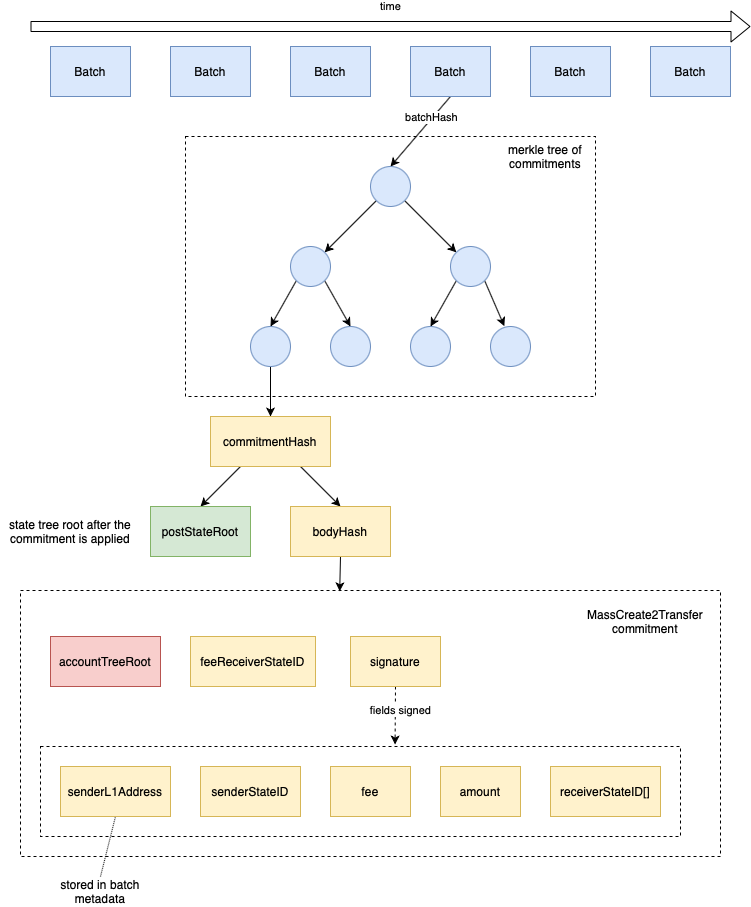
Above: docs/mass_c2t.png in worldcoin/hubble-commander (draw.io), before the change. Source tidied: cells renumbered, new cells last; positions are measured from the earlier drawing's top-left corner, leaving out a move shared by most shapes.
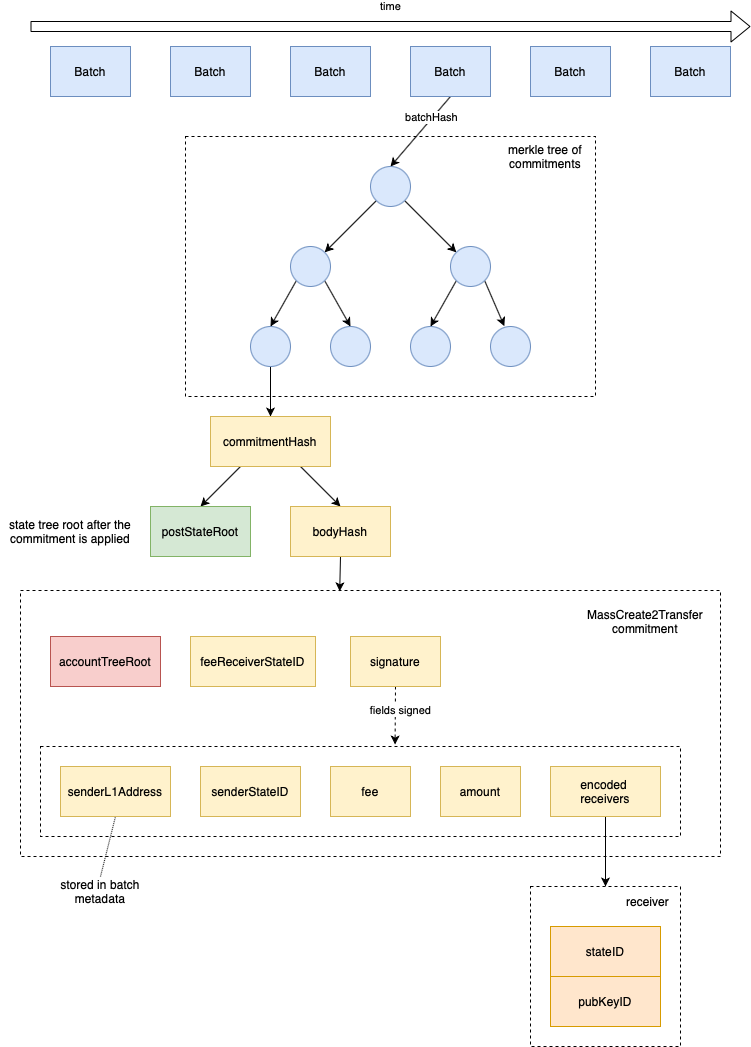
Above is the later version.

Commit message:
Update diagram to include receiver PubKeyIDs

Change to the diagram source:
```diff
@@ -2,6 +2,9 @@
   <root>
     <mxCell id="0" />
     <mxCell id="1" parent="0" />
+    <mxCell id="51" style="rounded=0;whiteSpace=wrap;html=1;fillColor=none;dashed=1;" parent="1" vertex="1">
+      <mxGeometry x="530" y="860" width="150" height="160" as="geometry" />
+    </mxCell>
     <mxCell id="2" style="rounded=0;whiteSpace=wrap;html=1;fillColor=none;dashed=1;perimeterSpacing=0;strokeWidth=1;" parent="1" vertex="1">
       <mxGeometry x="20" y="564" width="700" height="266" as="geometry" />
     </mxCell>
@@ -141,7 +144,10 @@
     <mxCell id="45" value="senderStateID" style="rounded=0;whiteSpace=wrap;html=1;fillColor=#fff2cc;strokeColor=#d6b656;" parent="1" vertex="1">
       <mxGeometry x="200" y="740" width="100" height="50" as="geometry" />
     </mxCell>
+    <mxCell id="52" style="edgeStyle=orthogonalEdgeStyle;rounded=0;jettySize=auto;html=1;exitX=0.5;exitY=1;exitDx=0;exitDy=0;entryX=0.5;entryY=0;entryDx=0;entryDy=0;" parent="1" edge="1" source="46" target="51">
+      <mxGeometry relative="1" as="geometry" />
+    </mxCell>
-    <mxCell id="46" value="receiverStateID[]" style="rounded=0;whiteSpace=wrap;html=1;fillColor=#fff2cc;strokeColor=#d6b656;" parent="1" vertex="1">
+    <mxCell id="46" value="encoded &lt;br&gt;receivers" style="rounded=0;whiteSpace=wrap;html=1;fillColor=#fff2cc;strokeColor=#d6b656;" parent="1" vertex="1">
       <mxGeometry x="550" y="740" width="110" height="50" as="geometry" />
     </mxCell>
     <mxCell id="47" value="MassCreate2Transfer commitment" style="text;html=1;strokeColor=none;fillColor=none;align=center;verticalAlign=middle;whiteSpace=wrap;rounded=0;dashed=1;" parent="1" vertex="1">
@@ -156,5 +162,14 @@
     <mxCell id="50" style="endArrow=none;html=1;strokeWidth=1;entryX=0.5;entryY=1;entryDx=0;entryDy=0;dashed=1;dashPattern=1 1;exitX=0.5;exitY=0;exitDx=0;exitDy=0;" parent="1" edge="1" source="49" target="44">
       <mxGeometry relative="1" as="geometry" />
     </mxCell>
+    <mxCell id="53" value="stateID" style="rounded=0;whiteSpace=wrap;html=1;fillColor=#ffe6cc;strokeColor=#d79b00;" parent="1" vertex="1">
+      <mxGeometry x="550" y="900" width="110" height="50" as="geometry" />
+    </mxCell>
+    <mxCell id="54" value="pubKeyID" style="rounded=0;whiteSpace=wrap;html=1;fillColor=#ffe6cc;strokeColor=#d79b00;" parent="1" vertex="1">
+      <mxGeometry x="550" y="950" width="110" height="50" as="geometry" />
+    </mxCell>
+    <mxCell id="55" value="receiver" style="text;html=1;strokeColor=none;fillColor=none;align=center;verticalAlign=middle;whiteSpace=wrap;rounded=0;dashed=1;" parent="1" vertex="1">
+      <mxGeometry x="620" y="860" width="55" height="30" as="geometry" />
+    </mxCell>
   </root>
 </mxGraphModel>
```
